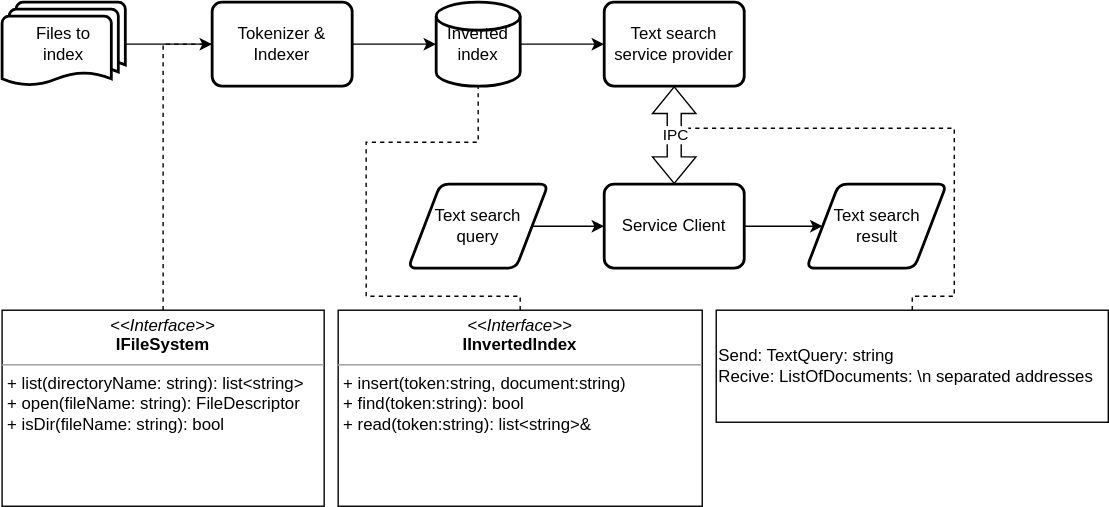
TehpphoENIX/KPI7_PC_CW keeps this draw.io diagram as model/main.svg. Above is the earlier version. Source tidied: cells renumbered, new cells last; positions are measured from the earlier drawing's top-left corner, leaving out a move shared by most shapes.
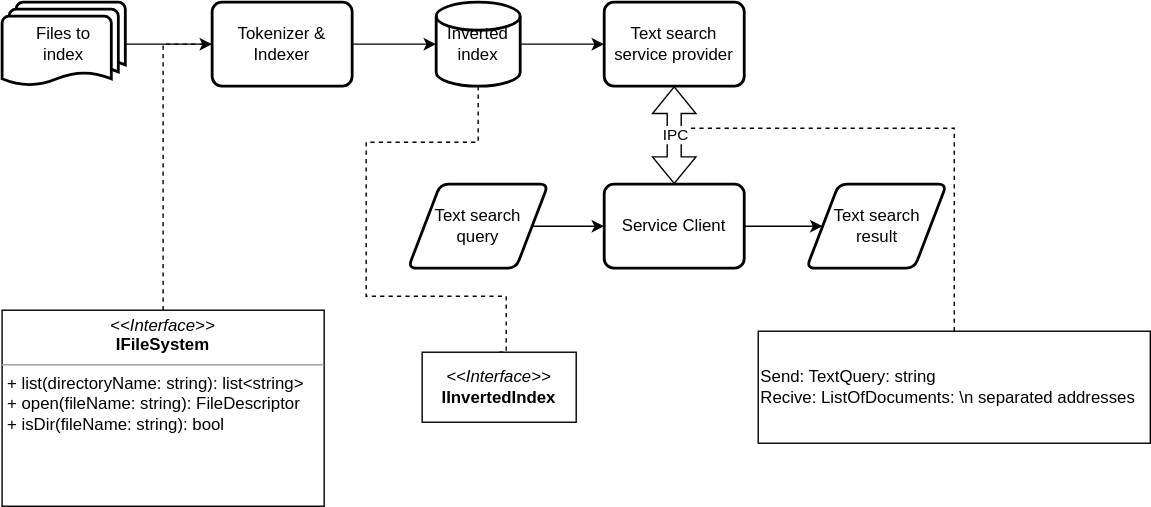
After the change.

Diff of the diagram source:
```diff
@@ -50,13 +50,11 @@
     <mxCell id="17" value="&lt;p style=&quot;margin:0px;margin-top:4px;text-align:center;&quot;&gt;&lt;i&gt;&amp;lt;&amp;lt;Interface&amp;gt;&amp;gt;&lt;/i&gt;&lt;br&gt;&lt;b&gt;IFileSystem&lt;/b&gt;&lt;/p&gt;&lt;hr size=&quot;1&quot;&gt;&lt;p style=&quot;margin:0px;margin-left:4px;&quot;&gt;&lt;span style=&quot;background-color: initial;&quot;&gt;+ list(directoryName: string): list&amp;lt;string&amp;gt;&lt;/span&gt;&lt;br&gt;&lt;/p&gt;&lt;p style=&quot;margin:0px;margin-left:4px;&quot;&gt;+ open(fileName: string): FileDescriptor&lt;/p&gt;&lt;p style=&quot;margin:0px;margin-left:4px;&quot;&gt;+ isDir(fileName: string): bool&lt;/p&gt;" style="verticalAlign=top;align=left;overflow=fill;fontSize=12;fontFamily=Helvetica;html=1;whiteSpace=wrap;" parent="1" vertex="1">
       <mxGeometry y="220" width="230" height="140" as="geometry" />
     </mxCell>
-    <mxCell id="18" value="&lt;p style=&quot;margin:0px;margin-top:4px;text-align:center;&quot;&gt;&lt;i&gt;&amp;lt;&amp;lt;Interface&amp;gt;&amp;gt;&lt;/i&gt;&lt;br&gt;&lt;b&gt;IInvertedIndex&lt;/b&gt;&lt;/p&gt;&lt;hr size=&quot;1&quot;&gt;&lt;p style=&quot;margin:0px;margin-left:4px;&quot;&gt;&lt;span style=&quot;background-color: initial;&quot;&gt;+ insert(token:string, document:string)&lt;/span&gt;&lt;/p&gt;&lt;p style=&quot;margin:0px;margin-left:4px;&quot;&gt;&lt;span style=&quot;background-color: initial;&quot;&gt;+ find(token:string): bool&lt;/span&gt;&lt;/p&gt;&lt;p style=&quot;margin:0px;margin-left:4px;&quot;&gt;&lt;span style=&quot;background-color: initial;&quot;&gt;+ read(token:string): list&amp;lt;string&amp;gt;&amp;amp;&lt;/span&gt;&lt;/p&gt;" style="verticalAlign=top;align=left;overflow=fill;fontSize=12;fontFamily=Helvetica;html=1;whiteSpace=wrap;" parent="1" vertex="1">
-      <mxGeometry x="240" y="220" width="260" height="140" as="geometry" />
-    </mxCell>
-    <mxCell id="19" style="endArrow=none;dashed=1;html=1;rounded=0;exitX=0.5;exitY=0;exitDx=0;exitDy=0;edgeStyle=orthogonalEdgeStyle;entryX=0.5;entryY=1;entryDx=0;entryDy=0;entryPerimeter=0;" parent="1" edge="1" source="18" target="7">
+    <mxCell id="19" style="endArrow=none;dashed=1;html=1;rounded=0;exitX=0.5;exitY=0;exitDx=0;exitDy=0;edgeStyle=orthogonalEdgeStyle;entryX=0.5;entryY=1;entryDx=0;entryDy=0;entryPerimeter=0;" parent="1" edge="1" source="22" target="7">
       <mxGeometry relative="1" as="geometry">
         <Array as="points">
-          <mxPoint x="370" y="210" />
+          <mxPoint x="360" y="250" />
+          <mxPoint x="360" y="210" />
           <mxPoint x="260" y="210" />
           <mxPoint x="260" y="100" />
           <mxPoint x="340" y="100" />
@@ -64,17 +62,18 @@
       </mxGeometry>
     </mxCell>
     <mxCell id="20" value="Send: TextQuery: string&lt;br&gt;Recive: ListOfDocuments: \n separated addresses&amp;nbsp;" style="rounded=0;whiteSpace=wrap;html=1;align=left;" parent="1" vertex="1">
-      <mxGeometry x="510" y="220" width="280" height="80" as="geometry" />
+      <mxGeometry x="540" y="235" width="280" height="80" as="geometry" />
     </mxCell>
     <mxCell id="21" style="endArrow=none;dashed=1;html=1;rounded=0;exitX=0.5;exitY=0;exitDx=0;exitDy=0;edgeStyle=orthogonalEdgeStyle;" parent="1" edge="1" source="20">
       <mxGeometry relative="1" as="geometry">
         <mxPoint x="490" y="90" as="targetPoint" />
         <Array as="points">
-          <mxPoint x="650" y="210" />
-          <mxPoint x="680" y="210" />
           <mxPoint x="680" y="90" />
         </Array>
       </mxGeometry>
     </mxCell>
+    <mxCell id="22" value="&lt;i style=&quot;border-color: var(--border-color);&quot;&gt;&amp;lt;&amp;lt;Interface&amp;gt;&amp;gt;&lt;/i&gt;&lt;br style=&quot;border-color: var(--border-color);&quot;&gt;&lt;b style=&quot;border-color: var(--border-color);&quot;&gt;IInvertedIndex&lt;/b&gt;" style="html=1;whiteSpace=wrap;" parent="1" vertex="1">
+      <mxGeometry x="300" y="250" width="110" height="50" as="geometry" />
+    </mxCell>
   </root>
 </mxGraphModel>
```
